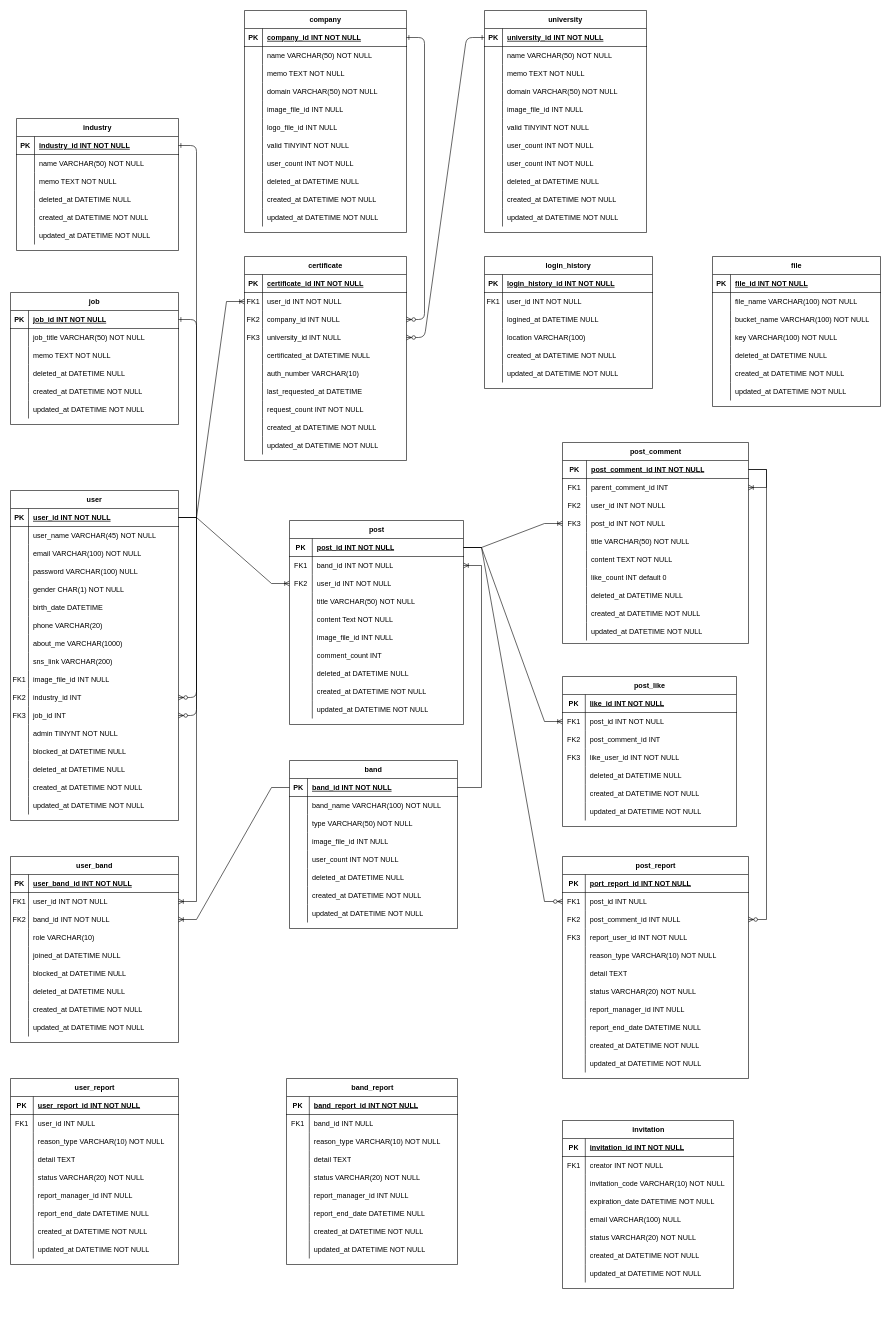
This is ERD.drawio from Peer-Band/Peer-Band-DB, a draw.io file, before an edit. Source tidied: cells renumbered, new cells numbered last; positions are measured from the earlier drawing's top-left corner, leaving out a move shared by most shapes. Both pictures are drawn from the tidied source at 60%, with x=0, y=0 at pixel (10, 10).
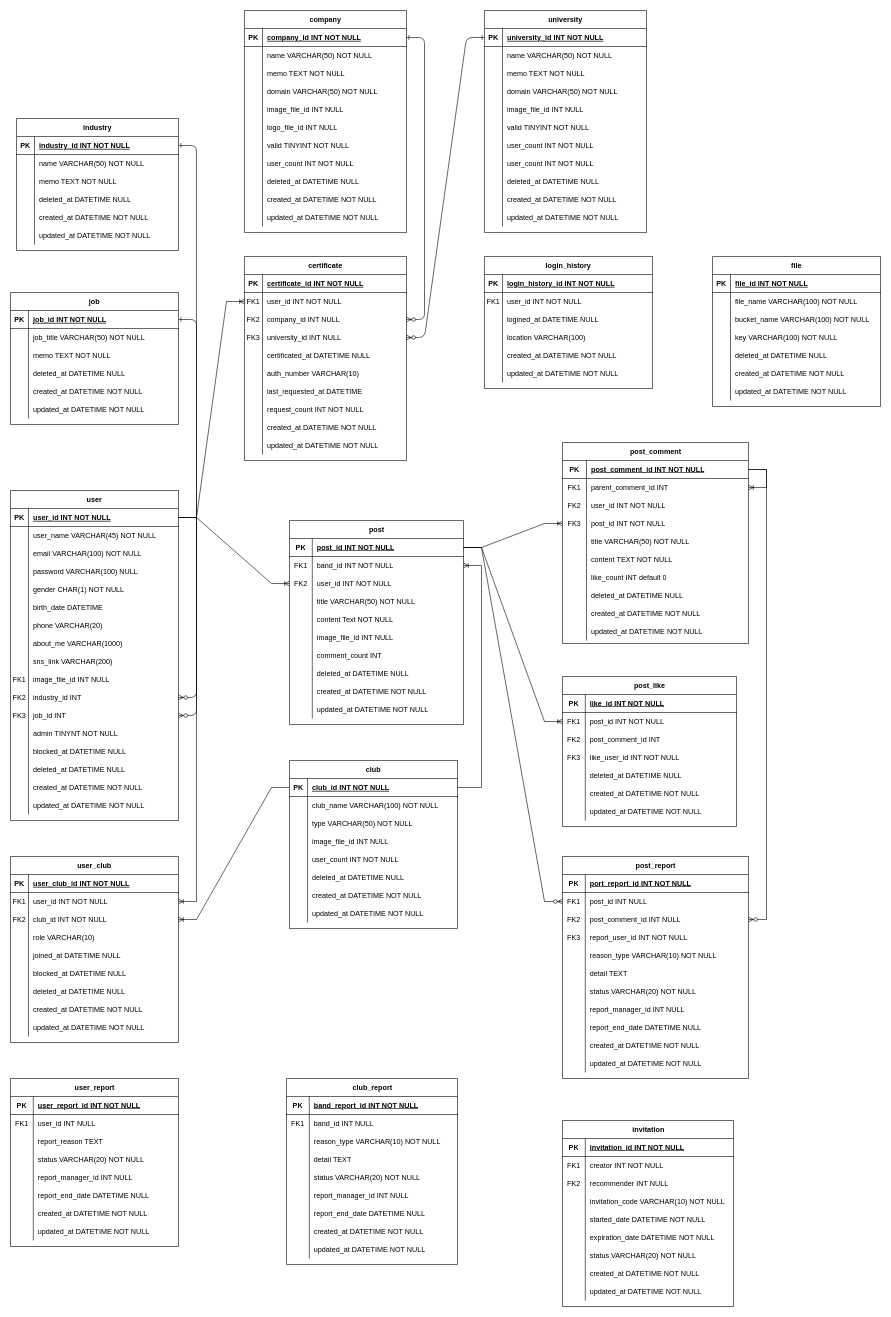
Above is the later version.

The change refers to these unchanged cells:
```xml
<mxCell id="87" style="shape=partialRectangle;fillColor=none;top=0;left=0;right=0;bottom=1;" parent="86" vertex="1">
  <mxGeometry y="30" width="280" height="30" as="geometry" />
</mxCell>
<mxCell id="93" style="shape=partialRectangle;fillColor=none;points=[[0,0.5],[1,0.5]];portConstraint=eastwest;top=0;left=0;right=0;bottom=0;" parent="86" vertex="1">
  <mxGeometry y="90" width="280" height="30" as="geometry" />
</mxCell>
<mxCell id="115" style="shape=partialRectangle;fillColor=none;points=[[0,0.5],[1,0.5]];portConstraint=eastwest;top=0;left=0;right=0;bottom=1;" parent="114" vertex="1">
  <mxGeometry y="30" width="280" height="30" as="geometry" />
</mxCell>
<mxCell id="118" style="shape=partialRectangle;fillColor=none;top=0;left=0;right=0;bottom=0;" parent="114" vertex="1">
  <mxGeometry y="60" width="280" height="30" as="geometry" />
</mxCell>
```

Change to the diagram source:
```diff
@@
-    <mxCell id="86" value="user_band" style="shape=table;startSize=30;childLayout=tableLayout;rowLines=0;fontStyle=1;align=center;" parent="1" vertex="1">
+    <mxCell id="86" value="user_club" style="shape=table;startSize=30;childLayout=tableLayout;rowLines=0;fontStyle=1;align=center;" parent="1" vertex="1">
       <mxGeometry y="1410" width="280" height="310" as="geometry" />
     </mxCell>
@@
-    <mxCell id="89" value="user_band_id INT NOT NULL " style="shape=partialRectangle;overflow=hidden;fillColor=none;top=0;left=0;bottom=0;right=0;align=left;spacingLeft=6;fontStyle=5;" parent="87" vertex="1">
+    <mxCell id="89" value="user_club_id INT NOT NULL " style="shape=partialRectangle;overflow=hidden;fillColor=none;top=0;left=0;bottom=0;right=0;align=left;spacingLeft=6;fontStyle=5;" parent="87" vertex="1">
       <mxGeometry x="30" width="250" height="30" as="geometry" />
     </mxCell>
@@
-    <mxCell id="95" value="band_id INT NOT NULL" style="shape=partialRectangle;overflow=hidden;fillColor=none;top=0;left=0;bottom=0;right=0;align=left;spacingLeft=6;" parent="93" vertex="1">
+    <mxCell id="95" value="club_id INT NOT NULL" style="shape=partialRectangle;overflow=hidden;fillColor=none;top=0;left=0;bottom=0;right=0;align=left;spacingLeft=6;" parent="93" vertex="1">
       <mxGeometry x="30" width="250" height="30" as="geometry" />
     </mxCell>
@@
-    <mxCell id="114" value="band" style="shape=table;startSize=30;childLayout=tableLayout;rowLines=0;fontStyle=1;align=center;" parent="1" vertex="1">
+    <mxCell id="114" value="club" style="shape=table;startSize=30;childLayout=tableLayout;rowLines=0;fontStyle=1;align=center;" parent="1" vertex="1">
       <mxGeometry x="465" y="1250" width="280" height="280" as="geometry" />
     </mxCell>
@@
-    <mxCell id="117" value="band_id INT NOT NULL " style="shape=partialRectangle;overflow=hidden;fillColor=none;top=0;left=0;bottom=0;right=0;align=left;spacingLeft=6;fontStyle=5;" parent="115" vertex="1">
+    <mxCell id="117" value="club_id INT NOT NULL " style="shape=partialRectangle;overflow=hidden;fillColor=none;top=0;left=0;bottom=0;right=0;align=left;spacingLeft=6;fontStyle=5;" parent="115" vertex="1">
       <mxGeometry x="30" width="250" height="30" as="geometry" />
     </mxCell>
@@
-    <mxCell id="120" value="band_name VARCHAR(100) NOT NULL" style="shape=partialRectangle;overflow=hidden;fillColor=none;top=0;left=0;bottom=0;right=0;align=left;spacingLeft=6;" parent="118" vertex="1">
+    <mxCell id="120" value="club_name VARCHAR(100) NOT NULL" style="shape=partialRectangle;overflow=hidden;fillColor=none;top=0;left=0;bottom=0;right=0;align=left;spacingLeft=6;" parent="118" vertex="1">
       <mxGeometry x="30" width="250" height="30" as="geometry" />
     </mxCell>
@@
     <mxCell id="417" value="user_report" style="shape=table;startSize=30;childLayout=tableLayout;rowLines=0;fontStyle=1;align=center;html=1;" parent="1" vertex="1">
-      <mxGeometry y="1780" width="280" height="310" as="geometry" />
+      <mxGeometry y="1780" width="280" height="280" as="geometry" />
     </mxCell>
@@
-    <mxCell id="424" style="shape=tableRow;horizontal=0;startSize=0;swimlaneHead=0;swimlaneBody=0;fillColor=none;top=0;left=0;right=0;bottom=0;" parent="417" vertex="1">
-      <mxGeometry y="90" width="280" height="30" as="geometry" />
-    </mxCell>
-    <mxCell id="425" style="shape=partialRectangle;fillColor=none;top=0;left=0;bottom=0;right=0;overflow=hidden;whiteSpace=wrap;html=1;" parent="424" vertex="1">
-      <mxGeometry width="38" height="30" as="geometry" />
-    </mxCell>
-    <mxCell id="426" value="reason_type VARCHAR(10) NOT NULL" style="shape=partialRectangle;fillColor=none;top=0;left=0;bottom=0;right=0;align=left;spacingLeft=6;overflow=hidden;whiteSpace=wrap;html=1;" parent="424" vertex="1">
-      <mxGeometry x="38" width="242" height="30" as="geometry" />
-    </mxCell>
     <mxCell id="427" style="shape=tableRow;horizontal=0;startSize=0;swimlaneHead=0;swimlaneBody=0;fillColor=none;top=0;left=0;right=0;bottom=0;" parent="417" vertex="1">
-      <mxGeometry y="120" width="280" height="30" as="geometry" />
+      <mxGeometry y="90" width="280" height="30" as="geometry" />
     </mxCell>
@@
-    <mxCell id="429" value="detail TEXT" style="shape=partialRectangle;fillColor=none;top=0;left=0;bottom=0;right=0;align=left;spacingLeft=6;overflow=hidden;whiteSpace=wrap;html=1;" parent="427" vertex="1">
+    <mxCell id="429" value="report_reason TEXT" style="shape=partialRectangle;fillColor=none;top=0;left=0;bottom=0;right=0;align=left;spacingLeft=6;overflow=hidden;whiteSpace=wrap;html=1;" parent="427" vertex="1">
       <mxGeometry x="38" width="242" height="30" as="geometry" />
     </mxCell>
     <mxCell id="430" style="shape=tableRow;horizontal=0;startSize=0;swimlaneHead=0;swimlaneBody=0;fillColor=none;top=0;left=0;right=0;bottom=0;" parent="417" vertex="1">
-      <mxGeometry y="150" width="280" height="30" as="geometry" />
+      <mxGeometry y="120" width="280" height="30" as="geometry" />
     </mxCell>
@@
     <mxCell id="433" style="shape=tableRow;horizontal=0;startSize=0;swimlaneHead=0;swimlaneBody=0;fillColor=none;top=0;left=0;right=0;bottom=0;" parent="417" vertex="1">
-      <mxGeometry y="180" width="280" height="30" as="geometry" />
+      <mxGeometry y="150" width="280" height="30" as="geometry" />
     </mxCell>
@@
     <mxCell id="436" style="shape=tableRow;horizontal=0;startSize=0;swimlaneHead=0;swimlaneBody=0;fillColor=none;top=0;left=0;right=0;bottom=0;" parent="417" vertex="1">
-      <mxGeometry y="210" width="280" height="30" as="geometry" />
+      <mxGeometry y="180" width="280" height="30" as="geometry" />
     </mxCell>
@@
     <mxCell id="439" style="shape=tableRow;horizontal=0;startSize=0;swimlaneHead=0;swimlaneBody=0;fillColor=none;top=0;left=0;right=0;bottom=0;" parent="417" vertex="1">
-      <mxGeometry y="240" width="280" height="30" as="geometry" />
+      <mxGeometry y="210" width="280" height="30" as="geometry" />
     </mxCell>
@@
     <mxCell id="442" style="shape=tableRow;horizontal=0;startSize=0;swimlaneHead=0;swimlaneBody=0;fillColor=none;top=0;left=0;right=0;bottom=0;" parent="417" vertex="1">
-      <mxGeometry y="270" width="280" height="30" as="geometry" />
+      <mxGeometry y="240" width="280" height="30" as="geometry" />
     </mxCell>
@@
-    <mxCell id="445" value="band_report" style="shape=table;startSize=30;childLayout=tableLayout;rowLines=0;fontStyle=1;align=center;html=1;" parent="1" vertex="1">
+    <mxCell id="445" value="club_report" style="shape=table;startSize=30;childLayout=tableLayout;rowLines=0;fontStyle=1;align=center;html=1;" parent="1" vertex="1">
       <mxGeometry x="460" y="1780" width="285" height="310" as="geometry" />
     </mxCell>
@@
     <mxCell id="473" value="invitation" style="shape=table;startSize=30;childLayout=tableLayout;rowLines=0;fontStyle=1;align=center;html=1;" parent="1" vertex="1">
-      <mxGeometry x="920" y="1850" width="285" height="280" as="geometry" />
+      <mxGeometry x="920" y="1850" width="285" height="310" as="geometry" />
     </mxCell>
@@
+    <mxCell id="498" style="shape=tableRow;horizontal=0;startSize=0;swimlaneHead=0;swimlaneBody=0;fillColor=none;top=0;left=0;right=0;bottom=0;" parent="473" vertex="1">
+      <mxGeometry y="90" width="285" height="30" as="geometry" />
+    </mxCell>
+    <mxCell id="499" style="shape=partialRectangle;fillColor=none;top=0;left=0;bottom=0;right=0;overflow=hidden;whiteSpace=wrap;html=1;" parent="498" vertex="1">
+      <mxGeometry width="38" height="30" as="geometry" />
+    </mxCell>
+    <mxCell id="500" value="recommender INT&amp;nbsp;NULL" style="shape=partialRectangle;fillColor=none;top=0;left=0;bottom=0;right=0;align=left;spacingLeft=6;overflow=hidden;whiteSpace=wrap;html=1;" parent="498" vertex="1">
+      <mxGeometry x="38" width="247" height="30" as="geometry" />
+    </mxCell>
     <mxCell id="480" style="shape=tableRow;horizontal=0;startSize=0;swimlaneHead=0;swimlaneBody=0;fillColor=none;top=0;left=0;right=0;bottom=0;" parent="473" vertex="1">
-      <mxGeometry y="90" width="285" height="30" as="geometry" />
+      <mxGeometry y="120" width="285" height="30" as="geometry" />
     </mxCell>
@@
+    <mxCell id="486" style="shape=tableRow;horizontal=0;startSize=0;swimlaneHead=0;swimlaneBody=0;fillColor=none;top=0;left=0;right=0;bottom=0;" parent="473" vertex="1">
+      <mxGeometry y="150" width="285" height="30" as="geometry" />
+    </mxCell>
+    <mxCell id="501" style="shape=partialRectangle;fillColor=none;top=0;left=0;bottom=0;right=0;overflow=hidden;whiteSpace=wrap;html=1;" parent="486" vertex="1">
+      <mxGeometry width="38" height="30" as="geometry" />
+    </mxCell>
+    <mxCell id="502" value="started_date DATETIME NOT NULL" style="shape=partialRectangle;fillColor=none;top=0;left=0;bottom=0;right=0;align=left;spacingLeft=6;overflow=hidden;whiteSpace=wrap;html=1;" parent="486" vertex="1">
+      <mxGeometry x="38" width="247" height="30" as="geometry" />
+    </mxCell>
     <mxCell id="483" style="shape=tableRow;horizontal=0;startSize=0;swimlaneHead=0;swimlaneBody=0;fillColor=none;top=0;left=0;right=0;bottom=0;" parent="473" vertex="1">
-      <mxGeometry y="120" width="285" height="30" as="geometry" />
+      <mxGeometry y="180" width="285" height="30" as="geometry" />
     </mxCell>
@@
-    <mxCell id="486" style="shape=tableRow;horizontal=0;startSize=0;swimlaneHead=0;swimlaneBody=0;fillColor=none;top=0;left=0;right=0;bottom=0;" parent="473" vertex="1">
-      <mxGeometry y="150" width="285" height="30" as="geometry" />
-    </mxCell>
-    <mxCell id="487" style="shape=partialRectangle;fillColor=none;top=0;left=0;bottom=0;right=0;overflow=hidden;whiteSpace=wrap;html=1;" parent="486" vertex="1">
-      <mxGeometry width="38" height="30" as="geometry" />
-    </mxCell>
-    <mxCell id="488" value="email VARCHAR(100) NULL" style="shape=partialRectangle;fillColor=none;top=0;left=0;bottom=0;right=0;align=left;spacingLeft=6;overflow=hidden;whiteSpace=wrap;html=1;" parent="486" vertex="1">
-      <mxGeometry x="38" width="247" height="30" as="geometry" />
-    </mxCell>
     <mxCell id="489" style="shape=tableRow;horizontal=0;startSize=0;swimlaneHead=0;swimlaneBody=0;fillColor=none;top=0;left=0;right=0;bottom=0;" parent="473" vertex="1">
-      <mxGeometry y="180" width="285" height="30" as="geometry" />
+      <mxGeometry y="210" width="285" height="30" as="geometry" />
     </mxCell>
@@
     <mxCell id="492" style="shape=tableRow;horizontal=0;startSize=0;swimlaneHead=0;swimlaneBody=0;fillColor=none;top=0;left=0;right=0;bottom=0;" parent="473" vertex="1">
-      <mxGeometry y="210" width="285" height="30" as="geometry" />
+      <mxGeometry y="240" width="285" height="30" as="geometry" />
     </mxCell>
@@
     <mxCell id="495" style="shape=tableRow;horizontal=0;startSize=0;swimlaneHead=0;swimlaneBody=0;fillColor=none;top=0;left=0;right=0;bottom=0;" parent="473" vertex="1">
-      <mxGeometry y="240" width="285" height="30" as="geometry" />
+      <mxGeometry y="270" width="285" height="30" as="geometry" />
     </mxCell>
@@
+    <mxCell id="503" value="FK2" style="shape=partialRectangle;fillColor=none;top=0;left=0;bottom=0;right=0;overflow=hidden;whiteSpace=wrap;html=1;" parent="1" vertex="1">
+      <mxGeometry x="920" y="1940" width="38" height="30" as="geometry" />
+    </mxCell>
```
